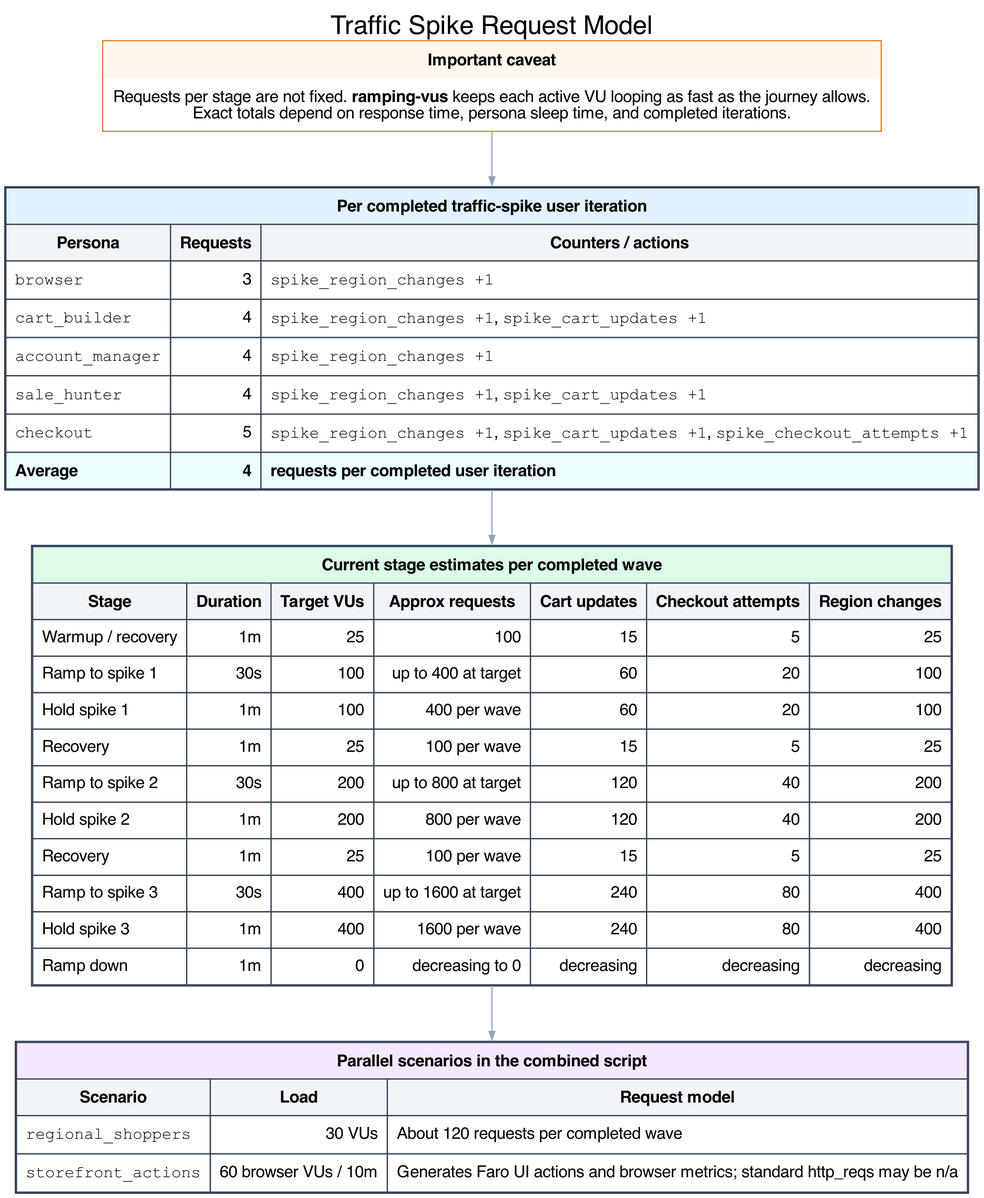
This is docs/graphviz/traffic-spike-request-tables.png from orenlion1/ensemble-retail, a Graphviz export, as it was before one commit. Its source is kept beside it as docs/graphviz/traffic-spike-request-tables.dot.
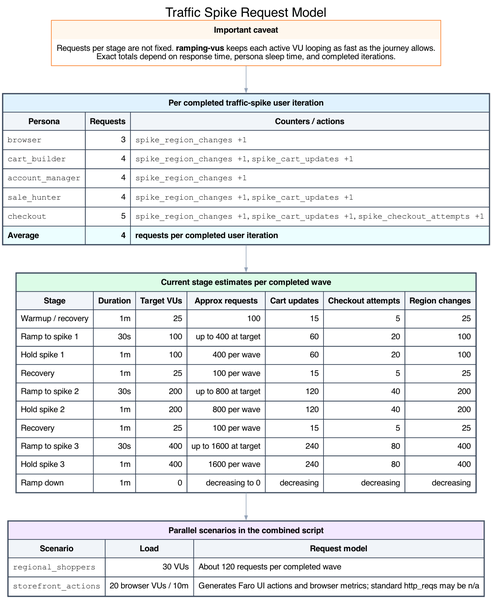
After the change.

Change to the diagram source:
```diff
@@ -23,7 +23,7 @@
       <TR><TD ALIGN="LEFT">Ramp down</TD><TD ALIGN="RIGHT">1m</TD><TD ALIGN="RIGHT">0</TD><TD ALIGN="RIGHT">decreasing to 0</TD><TD ALIGN="RIGHT">decreasing</TD><TD ALIGN="RIGHT">decreasing</TD><TD ALIGN="RIGHT">decreasing</TD></TR></TABLE>
   >];
   parallel_table [label=<
-    <TABLE BORDER="1" CELLBORDER="1" CELLSPACING="0" CELLPADDING="7" COLOR="#334155"><TR><TD COLSPAN="3" BGCOLOR="#f3e8ff"><B>Parallel scenarios in the combined script</B></TD></TR><TR><TD BGCOLOR="#f1f5f9"><B>Scenario</B></TD><TD BGCOLOR="#f1f5f9"><B>Load</B></TD><TD BGCOLOR="#f1f5f9"><B>Request model</B></TD></TR><TR><TD ALIGN="LEFT"><FONT FACE="Courier">regional_shoppers</FONT></TD><TD ALIGN="RIGHT">30 VUs</TD><TD ALIGN="LEFT">About 120 requests per completed wave</TD></TR><TR><TD ALIGN="LEFT"><FONT FACE="Courier">storefront_actions</FONT></TD><TD ALIGN="RIGHT">60 browser VUs / 10m</TD><TD ALIGN="LEFT">Generates Faro UI actions and browser metrics; standard http_reqs may be n/a</TD></TR></TABLE>
+    <TABLE BORDER="1" CELLBORDER="1" CELLSPACING="0" CELLPADDING="7" COLOR="#334155"><TR><TD COLSPAN="3" BGCOLOR="#f3e8ff"><B>Parallel scenarios in the combined script</B></TD></TR><TR><TD BGCOLOR="#f1f5f9"><B>Scenario</B></TD><TD BGCOLOR="#f1f5f9"><B>Load</B></TD><TD BGCOLOR="#f1f5f9"><B>Request model</B></TD></TR><TR><TD ALIGN="LEFT"><FONT FACE="Courier">regional_shoppers</FONT></TD><TD ALIGN="RIGHT">30 VUs</TD><TD ALIGN="LEFT">About 120 requests per completed wave</TD></TR><TR><TD ALIGN="LEFT"><FONT FACE="Courier">storefront_actions</FONT></TD><TD ALIGN="RIGHT">20 browser VUs / 10m</TD><TD ALIGN="LEFT">Generates Faro UI actions and browser metrics; standard http_reqs may be n/a</TD></TR></TABLE>
   >];
 
   caveat -> persona_table -> stage_table -> parallel_table;
```
